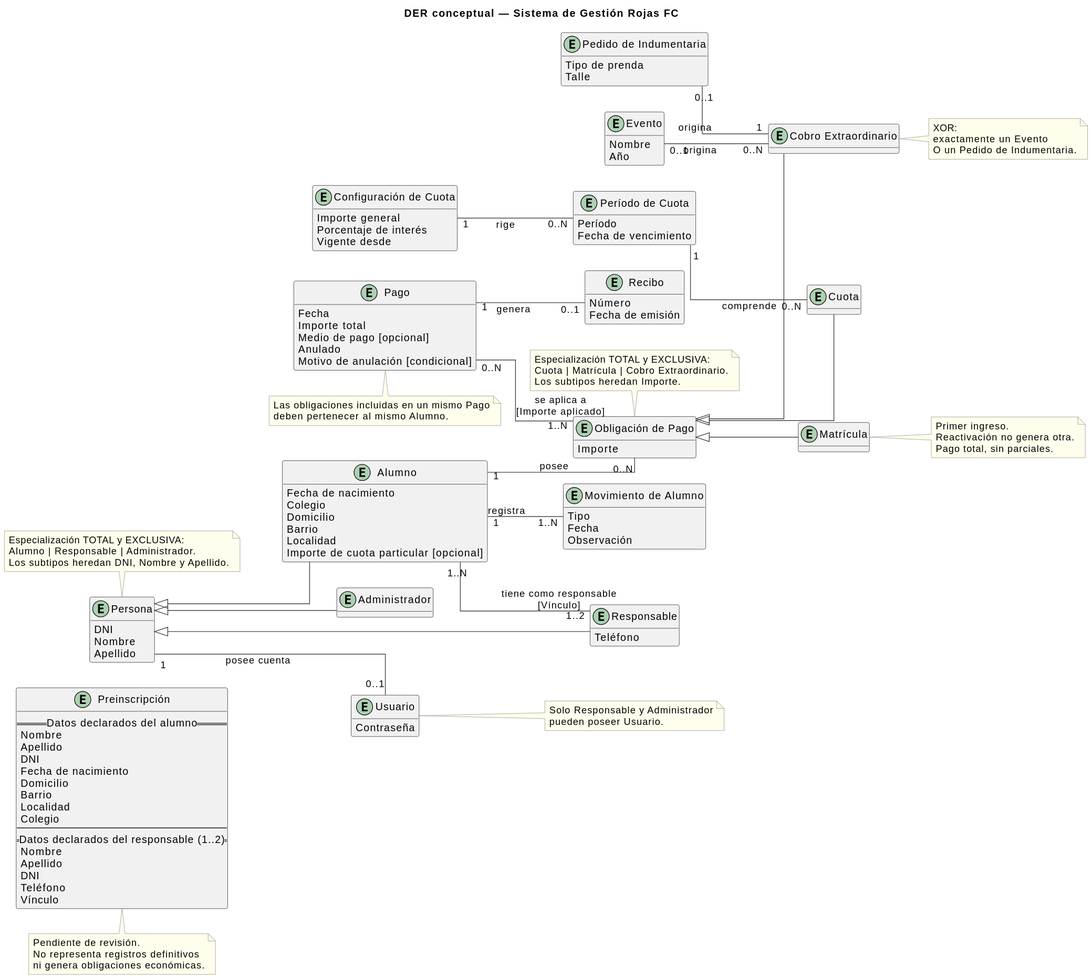
Marigi84/rojas-fc-gestion keeps this PlantUML diagram as docs/entidades-relaciones-cardinalidad/img/der-conceptual.svg. Above is the earlier version.
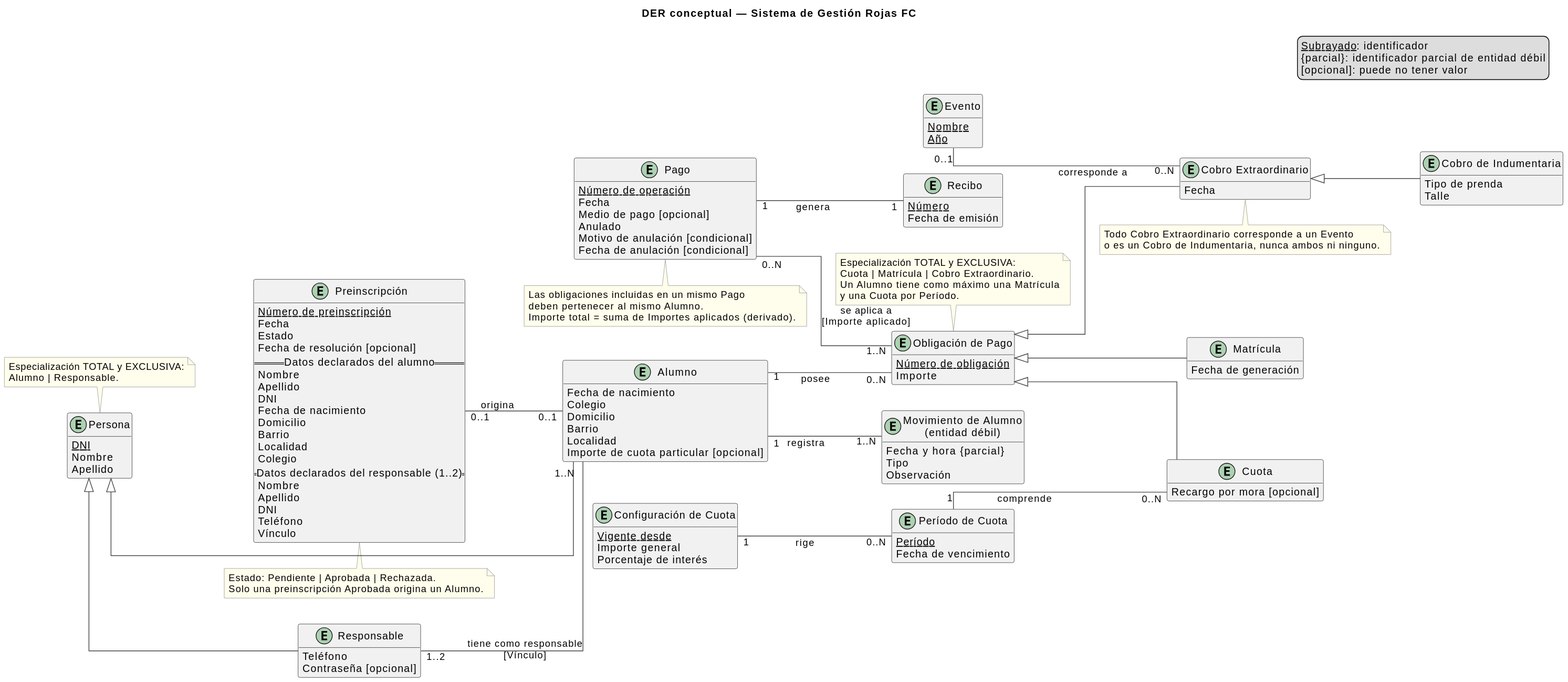
After the commit.

Commit message:
docs: corregir DER conceptual según devolución docente

Diff of the diagram source:
```diff
@@ -14,36 +14,15 @@
 skinparam NoteBackgroundColor #FFFDEB
 skinparam NoteBorderColor #888888
 
-
-entity "Preinscripción" as Preinscripcion {
-  == Datos declarados del alumno ==
-  Nombre
-  Apellido
-  DNI
-  Fecha de nacimiento
-  Domicilio
-  Barrio
-  Localidad
-  Colegio
-  --
-  == Datos declarados del responsable (1..2) ==
-  Nombre
-  Apellido
-  DNI
-  Teléfono
-  Vínculo
-}
-
-note bottom of Preinscripcion
-  Pendiente de revisión.
-  No representa registros definitivos
-  ni genera obligaciones económicas.
-end note
-
+legend top right
+  <u>Subrayado</u>: identificador
+  {parcial}: identificador parcial de entidad débil
+  [opcional]: puede no tener valor
+end legend
 
 
 entity "Persona" as Persona {
-  DNI
+  <u>DNI</u>
   Nombre
   Apellido
 }
@@ -59,64 +38,78 @@
 
 entity "Responsable" as Responsable {
   Teléfono
-}
-
-entity "Administrador" as Administrador {
-}
-
-entity "Usuario" as Usuario {
-  Contraseña
-}
-
-entity "Movimiento de Alumno" as MovimientoAlumno {
-  Tipo
-  Fecha
-  Observación
+  Contraseña [opcional]
 }
 
 Persona <|-- Alumno
 Persona <|-- Responsable
-Persona <|-- Administrador
-
-Persona "1" -- "0..1" Usuario : posee cuenta
-Alumno "1..N" -- "1..2" Responsable : tiene como responsable\n[Vínculo]
-Alumno "1" -- "1..N" MovimientoAlumno : registra
 
 note top of Persona
   Especialización TOTAL y EXCLUSIVA:
-  Alumno | Responsable | Administrador.
-  Los subtipos heredan DNI, Nombre y Apellido.
+  Alumno | Responsable.
 end note
 
-note right of Usuario
-  Solo Responsable y Administrador
-  pueden poseer Usuario.
+Responsable "1..2" -- "1..N" Alumno : tiene como responsable\n[Vínculo]
+
+
+entity "Preinscripción" as Preinscripcion {
+  <u>Número de preinscripción</u>
+  Fecha
+  Estado
+  Fecha de resolución [opcional]
+  == Datos declarados del alumno ==
+  Nombre
+  Apellido
+  DNI
+  Fecha de nacimiento
+  Domicilio
+  Barrio
+  Localidad
+  Colegio
+  == Datos declarados del responsable (1..2) ==
+  Nombre
+  Apellido
+  DNI
+  Teléfono
+  Vínculo
+}
+
+Preinscripcion "0..1" -- "0..1" Alumno : origina
+
+note bottom of Preinscripcion
+  Estado: Pendiente | Aprobada | Rechazada.
+  Solo una preinscripción Aprobada origina un Alumno.
 end note
 
+entity "Movimiento de Alumno\n(entidad débil)" as MovimientoAlumno {
+  Fecha y hora {parcial}
+  Tipo
+  Observación
+}
+
+Alumno "1" -- "1..N" MovimientoAlumno : registra
 
 
 entity "Obligación de Pago" as ObligacionPago {
+  <u>Número de obligación</u>
   Importe
 }
 
 entity "Cuota" as Cuota {
+  Recargo por mora [opcional]
 }
 
 entity "Matrícula" as Matricula {
+  Fecha de generación
 }
 
 entity "Cobro Extraordinario" as CobroExtraordinario {
+  Fecha
 }
 
-entity "Configuración de Cuota" as ConfiguracionCuota {
-  Importe general
-  Porcentaje de interés
-  Vigente desde
-}
-
-entity "Período de Cuota" as PeriodoCuota {
-  Período
-  Fecha de vencimiento
+entity "Cobro de Indumentaria" as CobroIndumentaria {
+  Tipo de prenda
+  Talle
 }
 
 Alumno "1" -- "0..N" ObligacionPago : posee
@@ -125,62 +118,62 @@
 ObligacionPago <|-- Matricula
 ObligacionPago <|-- CobroExtraordinario
 
-ConfiguracionCuota "1" -- "0..N" PeriodoCuota : rige
-PeriodoCuota "1" -- "0..N" Cuota : comprende
+CobroExtraordinario <|-- CobroIndumentaria
 
 note top of ObligacionPago
   Especialización TOTAL y EXCLUSIVA:
   Cuota | Matrícula | Cobro Extraordinario.
-  Los subtipos heredan Importe.
+  Un Alumno tiene como máximo una Matrícula
+  y una Cuota por Período.
 end note
 
-note right of Matricula
-  Primer ingreso.
-  Reactivación no genera otra.
-  Pago total, sin parciales.
+note bottom of CobroExtraordinario
+  Todo Cobro Extraordinario corresponde a un Evento
+  o es un Cobro de Indumentaria, nunca ambos ni ninguno.
 end note
 
+entity "Configuración de Cuota" as ConfiguracionCuota {
+  <u>Vigente desde</u>
+  Importe general
+  Porcentaje de interés
+}
+
+entity "Período de Cuota" as PeriodoCuota {
+  <u>Período</u>
+  Fecha de vencimiento
+}
+
+ConfiguracionCuota "1" -- "0..N" PeriodoCuota : rige
+PeriodoCuota "1" -- "0..N" Cuota : comprende
+
+entity "Evento" as Evento {
+  <u>Nombre</u>
+  <u>Año</u>
+}
+
+Evento "0..1" -- "0..N" CobroExtraordinario : corresponde a
 
 
 entity "Pago" as Pago {
+  <u>Número de operación</u>
   Fecha
-  Importe total
   Medio de pago [opcional]
   Anulado
   Motivo de anulación [condicional]
+  Fecha de anulación [condicional]
 }
 
 entity "Recibo" as Recibo {
-  Número
+  <u>Número</u>
   Fecha de emisión
 }
 
 Pago "0..N" -- "1..N" ObligacionPago : se aplica a\n[Importe aplicado]
-Pago "1" -- "0..1" Recibo : genera
+Pago "1" -- "1" Recibo : genera
 
 note bottom of Pago
   Las obligaciones incluidas en un mismo Pago
   deben pertenecer al mismo Alumno.
-end note
-
-
-
-entity "Evento" as Evento {
-  Nombre
-  Año
-}
-
-entity "Pedido de Indumentaria" as PedidoIndumentaria {
-  Tipo de prenda
-  Talle
-}
-
-Evento "0..1" -- "0..N" CobroExtraordinario : origina
-PedidoIndumentaria "0..1" -- "1" CobroExtraordinario : origina
-
-note right of CobroExtraordinario
-  XOR:
-  exactamente un Evento
-  O un Pedido de Indumentaria.
+  Importe total = suma de Importes aplicados (derivado).
 end note
 @enduml
```
